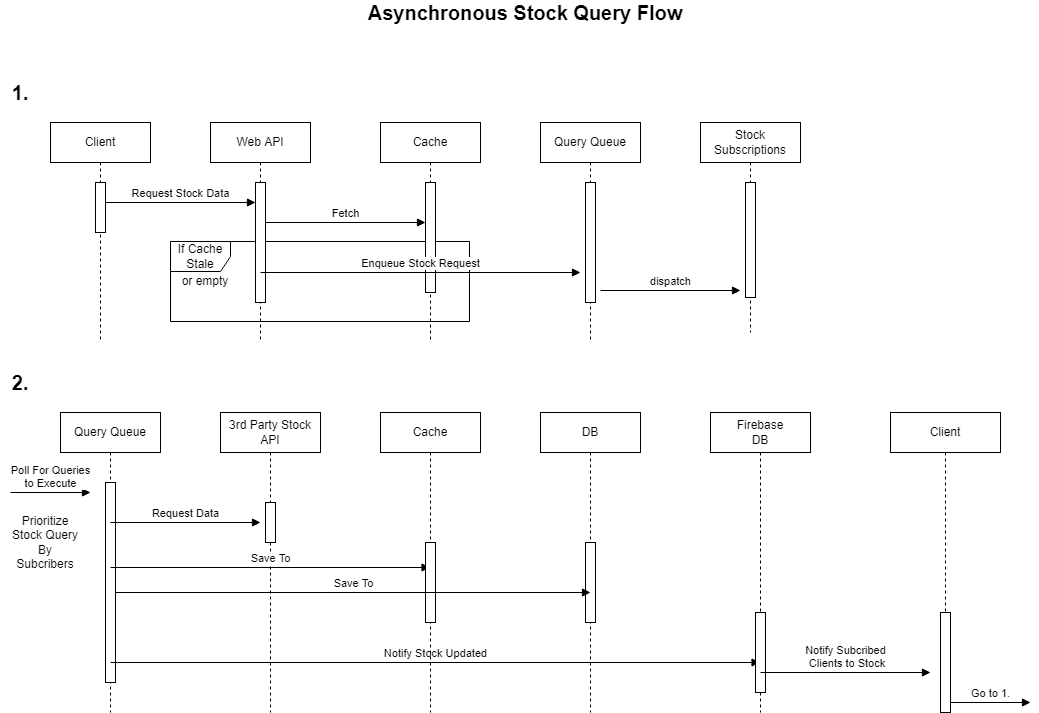
Earlier version of the draw.io export FomoAPI/Docs/Asynchronous Stock Query Flow.drawio.png (GaryHuang501/Fomo). Source tidied: cells renumbered, new cells last; positions are measured from the earlier drawing's top-left corner, leaving out a move shared by most shapes.
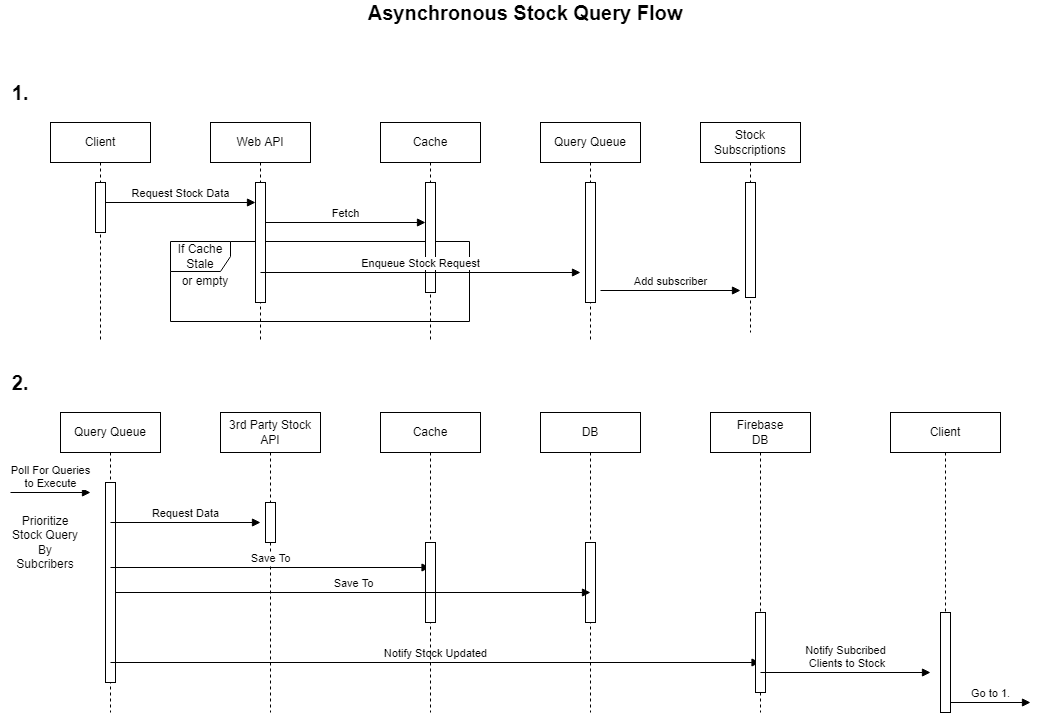
Above is the later version.

The edit, as a diff of the source:
```diff
@@ -143,7 +143,7 @@
     <mxCell id="39" style="html=1;perimeter=orthogonalPerimeter;" parent="38" vertex="1">
       <mxGeometry x="45" y="60" width="10" height="115" as="geometry" />
     </mxCell>
-    <mxCell id="40" value="dispatch" style="html=1;verticalAlign=bottom;endArrow=block;rounded=0;" parent="1" edge="1">
+    <mxCell id="40" value="Add subscriber" style="html=1;verticalAlign=bottom;endArrow=block;rounded=0;" parent="1" edge="1">
       <mxGeometry relative="1" as="geometry">
         <mxPoint x="600" y="288" as="sourcePoint" />
         <mxPoint x="740" y="288" as="targetPoint" />
```
